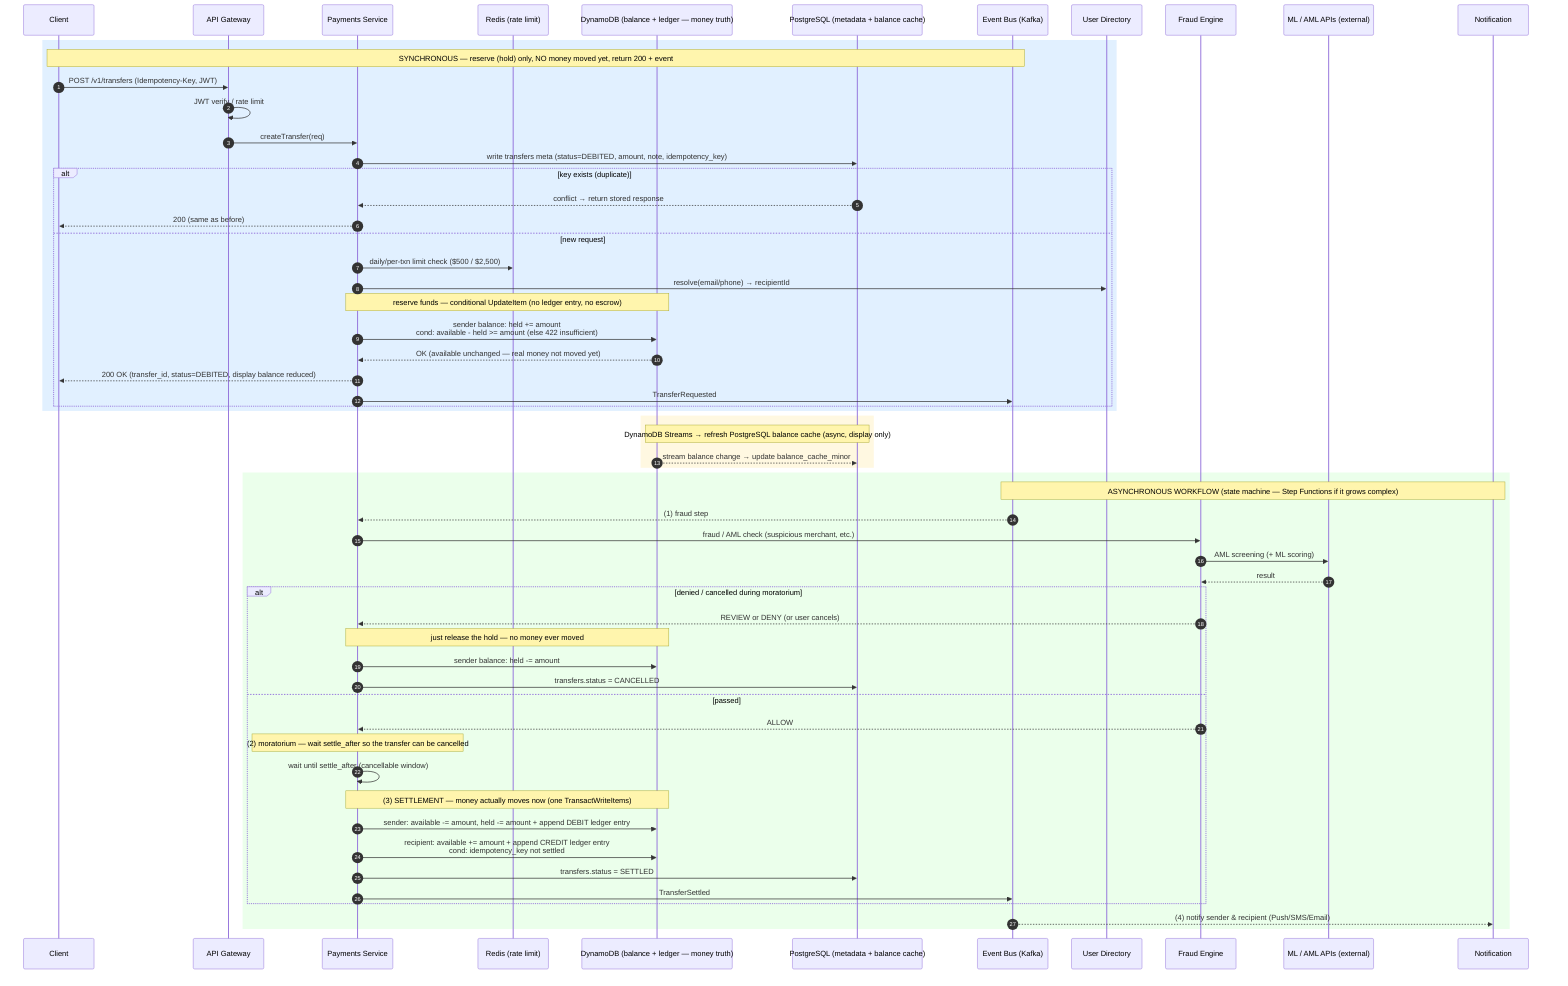
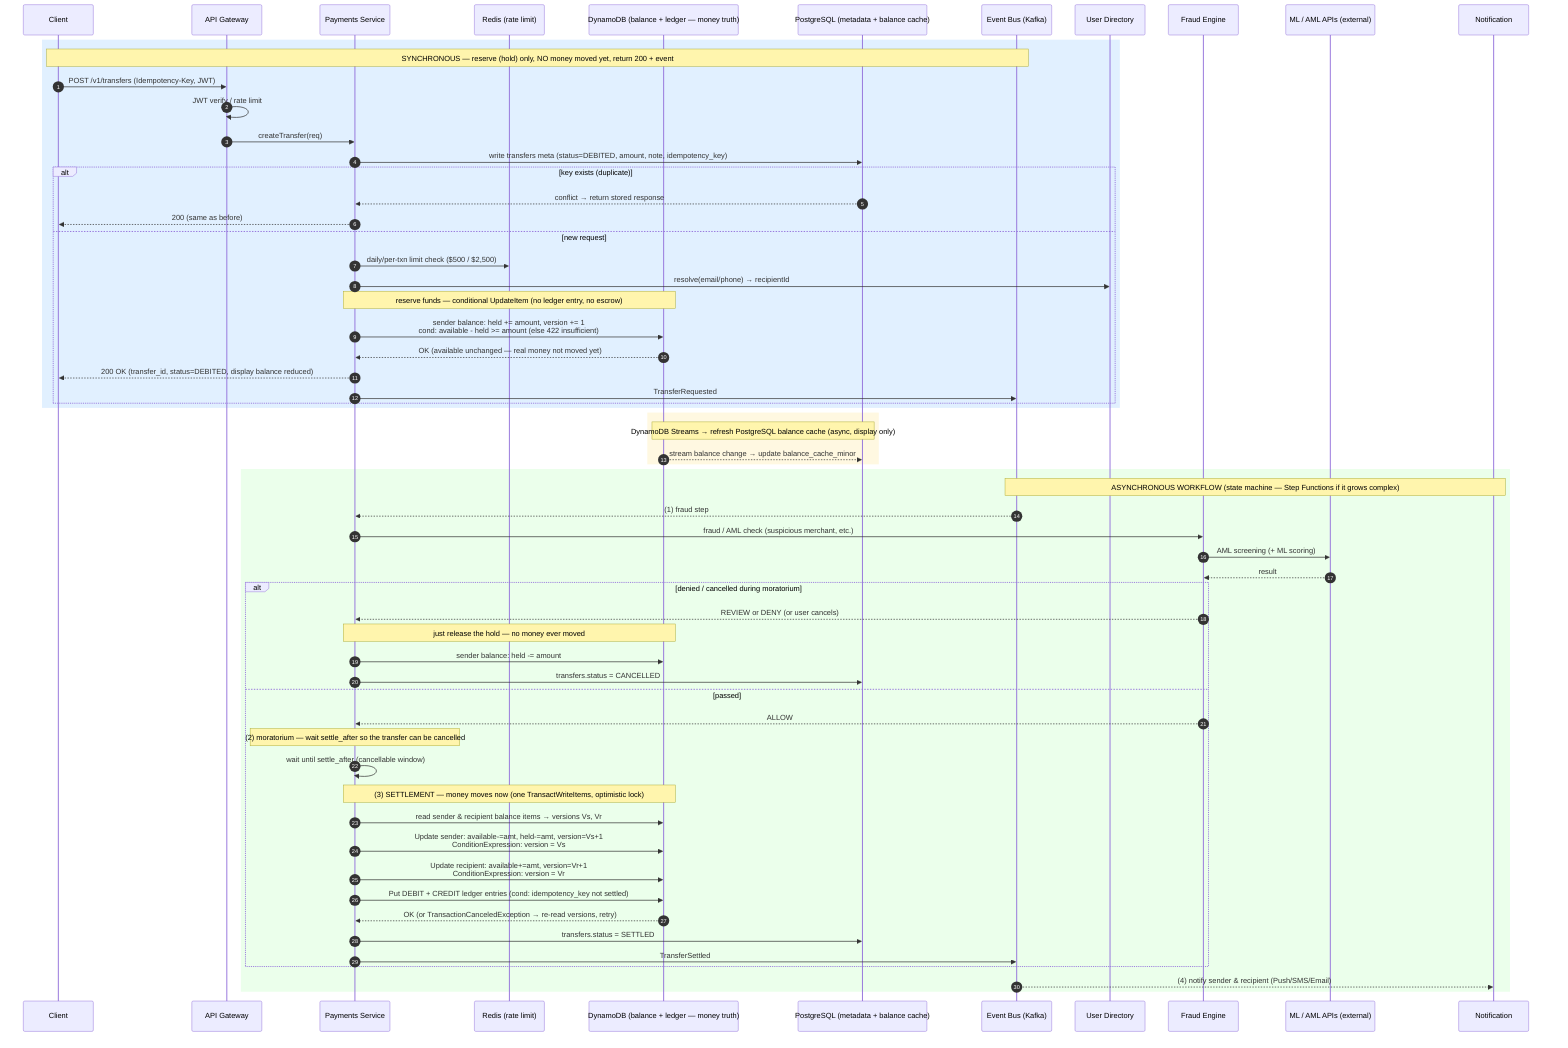
sequenceDiagram
    autonumber
    participant C as Client
    participant GW as API Gateway
    participant P as Payments Service
    participant R as Redis (rate limit)
    participant DDB as DynamoDB (balance + ledger — money truth)
    participant PG as PostgreSQL (metadata + balance cache)
    participant MQ as Event Bus (Kafka)
    participant U as User Directory
    participant F as Fraud Engine
    participant X as ML / AML APIs (external)
    participant N as Notification

    rect rgb(225, 240, 255)
    Note over C,MQ: SYNCHRONOUS — reserve (hold) only, NO money moved yet, return 200 + event
    C->>GW: POST /v1/transfers (Idempotency-Key, JWT)
    GW->>GW: JWT verify / rate limit
    GW->>P: createTransfer(req)
    P->>PG: write transfers meta (status=DEBITED, amount, note, idempotency_key)
    alt key exists (duplicate)
        PG-->>P: conflict → return stored response
        P-->>C: 200 (same as before)
    else new request
        P->>R: daily/per-txn limit check ($500 / $2,500)
        P->>U: resolve(email/phone) → recipientId
        Note over P,DDB: reserve funds — conditional UpdateItem (no ledger entry, no escrow)
-         P->>DDB: sender balance: held += amount<br/>cond: available - held >= amount (else 422 insufficient)
+         P->>DDB: sender balance: held += amount, version += 1<br/>cond: available - held >= amount (else 422 insufficient)
        DDB-->>P: OK (available unchanged — real money not moved yet)
        P-->>C: 200 OK (transfer_id, status=DEBITED, display balance reduced)
        P->>MQ: TransferRequested
    end
    end

    rect rgb(255, 248, 225)
    Note over DDB,PG: DynamoDB Streams → refresh PostgreSQL balance cache (async, display only)
    DDB-->>PG: stream balance change → update balance_cache_minor
    end

    rect rgb(235, 255, 235)
    Note over MQ,N: ASYNCHRONOUS WORKFLOW (state machine — Step Functions if it grows complex)
    MQ-->>P: (1) fraud step
    P->>F: fraud / AML check (suspicious merchant, etc.)
    F->>X: AML screening (+ ML scoring)
    X-->>F: result
    alt denied / cancelled during moratorium
        F-->>P: REVIEW or DENY (or user cancels)
        Note over P,DDB: just release the hold — no money ever moved
        P->>DDB: sender balance: held -= amount
        P->>PG: transfers.status = CANCELLED
    else passed
        F-->>P: ALLOW
        Note over P: (2) moratorium — wait settle_after so the transfer can be cancelled
        P->>P: wait until settle_after (cancellable window)
-         Note over P,DDB: (3) SETTLEMENT — money actually moves now (one TransactWriteItems)
-         P->>DDB: sender: available -= amount, held -= amount + append DEBIT ledger entry
-         P->>DDB: recipient: available += amount + append CREDIT ledger entry<br/>cond: idempotency_key not settled
+         Note over P,DDB: (3) SETTLEMENT — money moves now (one TransactWriteItems, optimistic lock)
+         P->>DDB: read sender & recipient balance items → versions Vs, Vr
+         P->>DDB: Update sender: available-=amt, held-=amt, version=Vs+1<br/>ConditionExpression: version = Vs
+         P->>DDB: Update recipient: available+=amt, version=Vr+1<br/>ConditionExpression: version = Vr
+         P->>DDB: Put DEBIT + CREDIT ledger entries (cond: idempotency_key not settled)
+         DDB-->>P: OK (or TransactionCanceledException → re-read versions, retry)
        P->>PG: transfers.status = SETTLED
        P->>MQ: TransferSettled
    end
    MQ-->>N: (4) notify sender & recipient (Push/SMS/Email)
    end
